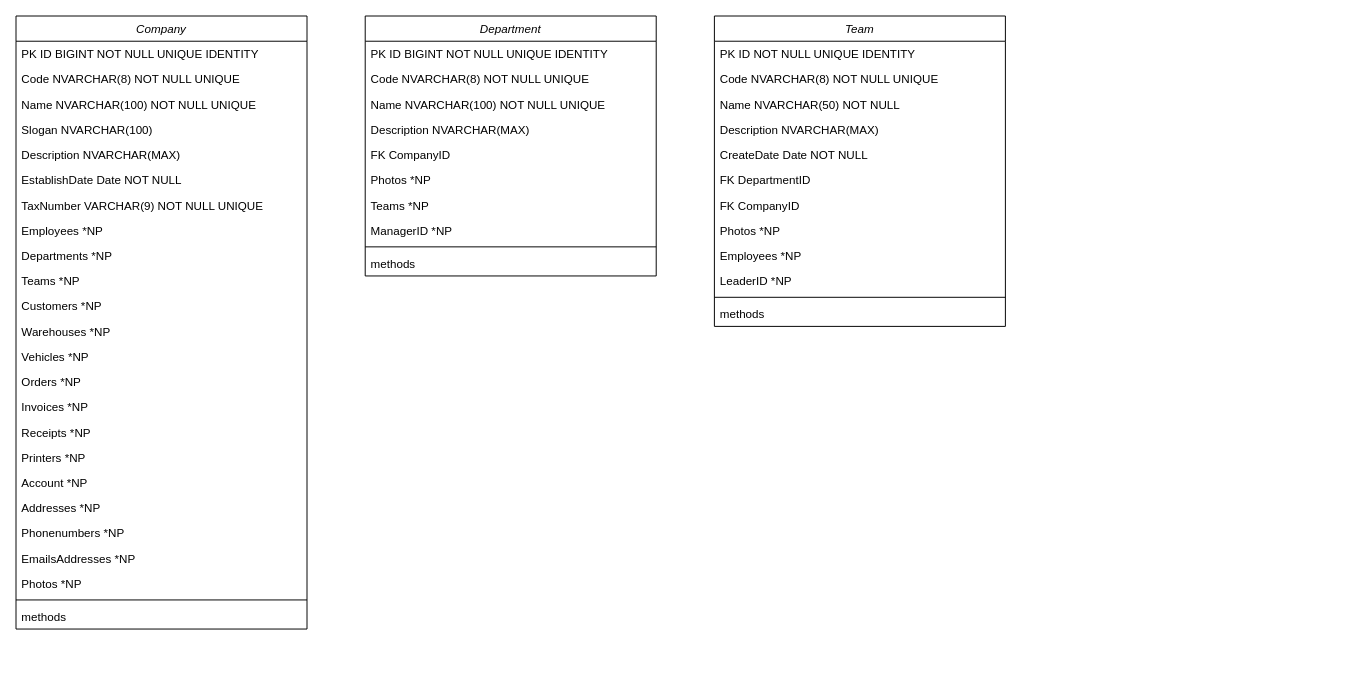
Earlier version of the draw.io diagram resources/diagrams/Class_Diagram.drawio (mjalbdour/mini_invoicer). Source tidied: cells renumbered, new cells numbered last; positions are measured from the earlier drawing's top-left corner, leaving out a move shared by most shapes. Both pictures are drawn from the tidied source at 97%, with x=0, y=0 at pixel (16, 16).
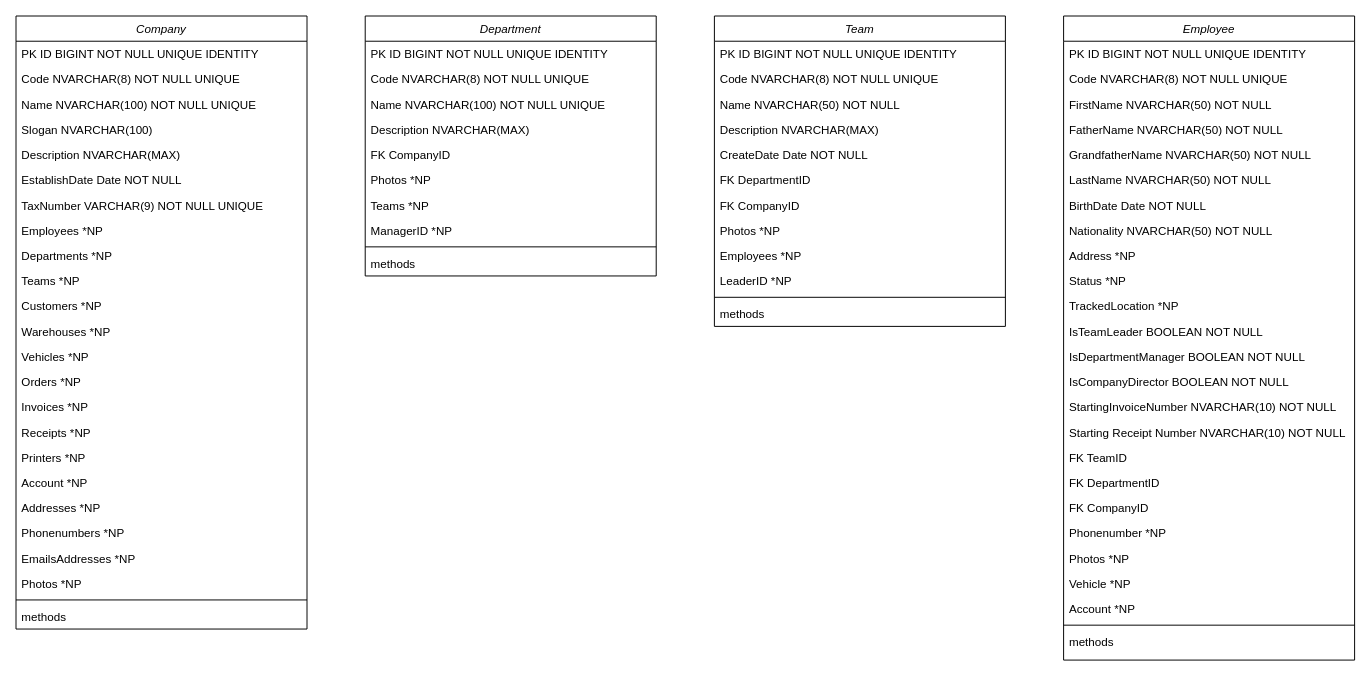
Above is the later version.

Commit message:
added Employee Class

The change refers to these unchanged cells:
```xml
<mxCell id="38" value="Team" style="swimlane;fontStyle=2;align=center;verticalAlign=top;horizontal=1;startSize=26;rounded=0;shadow=0;strokeWidth=1;" parent="1" vertex="1">
  <mxGeometry x="720" width="300" height="320" as="geometry" />
</mxCell>
```

What changed in the source:
```diff
@@
-    <mxCell id="39" value="PK ID NOT NULL UNIQUE IDENTITY" style="text;align=left;verticalAlign=top;spacingLeft=4;spacingRight=4;overflow=hidden;" parent="38" vertex="1">
+    <mxCell id="39" value="PK ID BIGINT NOT NULL UNIQUE IDENTITY" style="text;align=left;verticalAlign=top;spacingLeft=4;spacingRight=4;overflow=hidden;" parent="38" vertex="1">
       <mxGeometry y="26" width="300" height="26" as="geometry" />
     </mxCell>
@@
+    <mxCell id="51" value="Employee" style="swimlane;fontStyle=2;align=center;verticalAlign=top;horizontal=1;startSize=26;rounded=0;shadow=0;strokeWidth=1;" parent="1" vertex="1">
+      <mxGeometry x="1080" width="300" height="664" as="geometry" />
+    </mxCell>
+    <mxCell id="52" value="PK ID BIGINT NOT NULL UNIQUE IDENTITY" style="text;align=left;verticalAlign=top;spacingLeft=4;spacingRight=4;overflow=hidden;" parent="51" vertex="1">
+      <mxGeometry y="26" width="300" height="26" as="geometry" />
+    </mxCell>
+    <mxCell id="53" value="Code NVARCHAR(8) NOT NULL UNIQUE" style="text;align=left;verticalAlign=top;spacingLeft=4;spacingRight=4;overflow=hidden;" parent="51" vertex="1">
+      <mxGeometry y="52" width="300" height="26" as="geometry" />
+    </mxCell>
+    <mxCell id="54" value="FirstName NVARCHAR(50) NOT NULL" style="text;align=left;verticalAlign=top;spacingLeft=4;spacingRight=4;overflow=hidden;rounded=0;shadow=0;html=0;" parent="51" vertex="1">
+      <mxGeometry y="78" width="300" height="26" as="geometry" />
+    </mxCell>
+    <mxCell id="55" value="FatherName NVARCHAR(50) NOT NULL" style="text;align=left;verticalAlign=top;spacingLeft=4;spacingRight=4;overflow=hidden;rounded=0;shadow=0;html=0;" parent="51" vertex="1">
+      <mxGeometry y="104" width="300" height="26" as="geometry" />
+    </mxCell>
+    <mxCell id="56" value="GrandfatherName NVARCHAR(50) NOT NULL" style="text;align=left;verticalAlign=top;spacingLeft=4;spacingRight=4;overflow=hidden;rounded=0;shadow=0;html=0;" parent="51" vertex="1">
+      <mxGeometry y="130" width="300" height="26" as="geometry" />
+    </mxCell>
+    <mxCell id="57" value="LastName NVARCHAR(50) NOT NULL" style="text;align=left;verticalAlign=top;spacingLeft=4;spacingRight=4;overflow=hidden;rounded=0;shadow=0;html=0;" parent="51" vertex="1">
+      <mxGeometry y="156" width="300" height="26" as="geometry" />
+    </mxCell>
+    <mxCell id="58" value="BirthDate Date NOT NULL" style="text;align=left;verticalAlign=top;spacingLeft=4;spacingRight=4;overflow=hidden;rounded=0;shadow=0;html=0;" parent="51" vertex="1">
+      <mxGeometry y="182" width="300" height="26" as="geometry" />
+    </mxCell>
+    <mxCell id="59" value="Nationality NVARCHAR(50) NOT NULL" style="text;align=left;verticalAlign=top;spacingLeft=4;spacingRight=4;overflow=hidden;rounded=0;shadow=0;html=0;" parent="51" vertex="1">
+      <mxGeometry y="208" width="300" height="26" as="geometry" />
+    </mxCell>
+    <mxCell id="60" value="Address *NP" style="text;align=left;verticalAlign=top;spacingLeft=4;spacingRight=4;overflow=hidden;rounded=0;shadow=0;html=0;" parent="51" vertex="1">
+      <mxGeometry y="234" width="300" height="26" as="geometry" />
+    </mxCell>
+    <mxCell id="61" value="Status *NP" style="text;align=left;verticalAlign=top;spacingLeft=4;spacingRight=4;overflow=hidden;rounded=0;shadow=0;html=0;" parent="51" vertex="1">
+      <mxGeometry y="260" width="300" height="26" as="geometry" />
+    </mxCell>
+    <mxCell id="62" value="TrackedLocation *NP" style="text;align=left;verticalAlign=top;spacingLeft=4;spacingRight=4;overflow=hidden;rounded=0;shadow=0;html=0;" parent="51" vertex="1">
+      <mxGeometry y="286" width="300" height="26" as="geometry" />
+    </mxCell>
+    <mxCell id="63" value="IsTeamLeader BOOLEAN NOT NULL" style="text;align=left;verticalAlign=top;spacingLeft=4;spacingRight=4;overflow=hidden;rounded=0;shadow=0;html=0;" parent="51" vertex="1">
+      <mxGeometry y="312" width="300" height="26" as="geometry" />
+    </mxCell>
+    <mxCell id="64" value="IsDepartmentManager BOOLEAN NOT NULL" style="text;align=left;verticalAlign=top;spacingLeft=4;spacingRight=4;overflow=hidden;rounded=0;shadow=0;html=0;" parent="51" vertex="1">
+      <mxGeometry y="338" width="300" height="26" as="geometry" />
+    </mxCell>
+    <mxCell id="65" value="IsCompanyDirector BOOLEAN NOT NULL" style="text;align=left;verticalAlign=top;spacingLeft=4;spacingRight=4;overflow=hidden;rounded=0;shadow=0;html=0;" parent="51" vertex="1">
+      <mxGeometry y="364" width="300" height="26" as="geometry" />
+    </mxCell>
+    <mxCell id="66" value="StartingInvoiceNumber NVARCHAR(10) NOT NULL" style="text;align=left;verticalAlign=top;spacingLeft=4;spacingRight=4;overflow=hidden;rounded=0;shadow=0;html=0;" parent="51" vertex="1">
+      <mxGeometry y="390" width="300" height="26" as="geometry" />
+    </mxCell>
+    <mxCell id="67" value="Starting Receipt Number NVARCHAR(10) NOT NULL" style="text;align=left;verticalAlign=top;spacingLeft=4;spacingRight=4;overflow=hidden;rounded=0;shadow=0;html=0;" parent="51" vertex="1">
+      <mxGeometry y="416" width="300" height="26" as="geometry" />
+    </mxCell>
+    <mxCell id="68" value="FK TeamID" style="text;align=left;verticalAlign=top;spacingLeft=4;spacingRight=4;overflow=hidden;rounded=0;shadow=0;html=0;" parent="51" vertex="1">
+      <mxGeometry y="442" width="300" height="26" as="geometry" />
+    </mxCell>
+    <mxCell id="69" value="FK DepartmentID" style="text;align=left;verticalAlign=top;spacingLeft=4;spacingRight=4;overflow=hidden;rounded=0;shadow=0;html=0;" parent="51" vertex="1">
+      <mxGeometry y="468" width="300" height="26" as="geometry" />
+    </mxCell>
+    <mxCell id="70" value="FK CompanyID" style="text;align=left;verticalAlign=top;spacingLeft=4;spacingRight=4;overflow=hidden;rounded=0;shadow=0;html=0;" parent="51" vertex="1">
+      <mxGeometry y="494" width="300" height="26" as="geometry" />
+    </mxCell>
+    <mxCell id="71" value="Phonenumber *NP" style="text;align=left;verticalAlign=top;spacingLeft=4;spacingRight=4;overflow=hidden;rounded=0;shadow=0;html=0;" parent="51" vertex="1">
+      <mxGeometry y="520" width="300" height="26" as="geometry" />
+    </mxCell>
+    <mxCell id="72" value="Photos *NP" style="text;align=left;verticalAlign=top;spacingLeft=4;spacingRight=4;overflow=hidden;rounded=0;shadow=0;html=0;" parent="51" vertex="1">
+      <mxGeometry y="546" width="300" height="26" as="geometry" />
+    </mxCell>
+    <mxCell id="73" value="Vehicle *NP" style="text;align=left;verticalAlign=top;spacingLeft=4;spacingRight=4;overflow=hidden;rounded=0;shadow=0;html=0;" parent="51" vertex="1">
+      <mxGeometry y="572" width="300" height="26" as="geometry" />
+    </mxCell>
+    <mxCell id="74" value="Account *NP" style="text;align=left;verticalAlign=top;spacingLeft=4;spacingRight=4;overflow=hidden;rounded=0;shadow=0;html=0;" parent="51" vertex="1">
+      <mxGeometry y="598" width="300" height="26" as="geometry" />
+    </mxCell>
+    <mxCell id="75" style="line;html=1;strokeWidth=1;align=left;verticalAlign=middle;spacingTop=-1;spacingLeft=3;spacingRight=3;labelPosition=right;" parent="51" vertex="1">
+      <mxGeometry y="624" width="300" height="8" as="geometry" />
+    </mxCell>
+    <mxCell id="76" value="methods" style="text;align=left;verticalAlign=top;spacingLeft=4;spacingRight=4;overflow=hidden;" parent="51" vertex="1">
+      <mxGeometry y="632" width="300" height="32" as="geometry" />
+    </mxCell>
```
